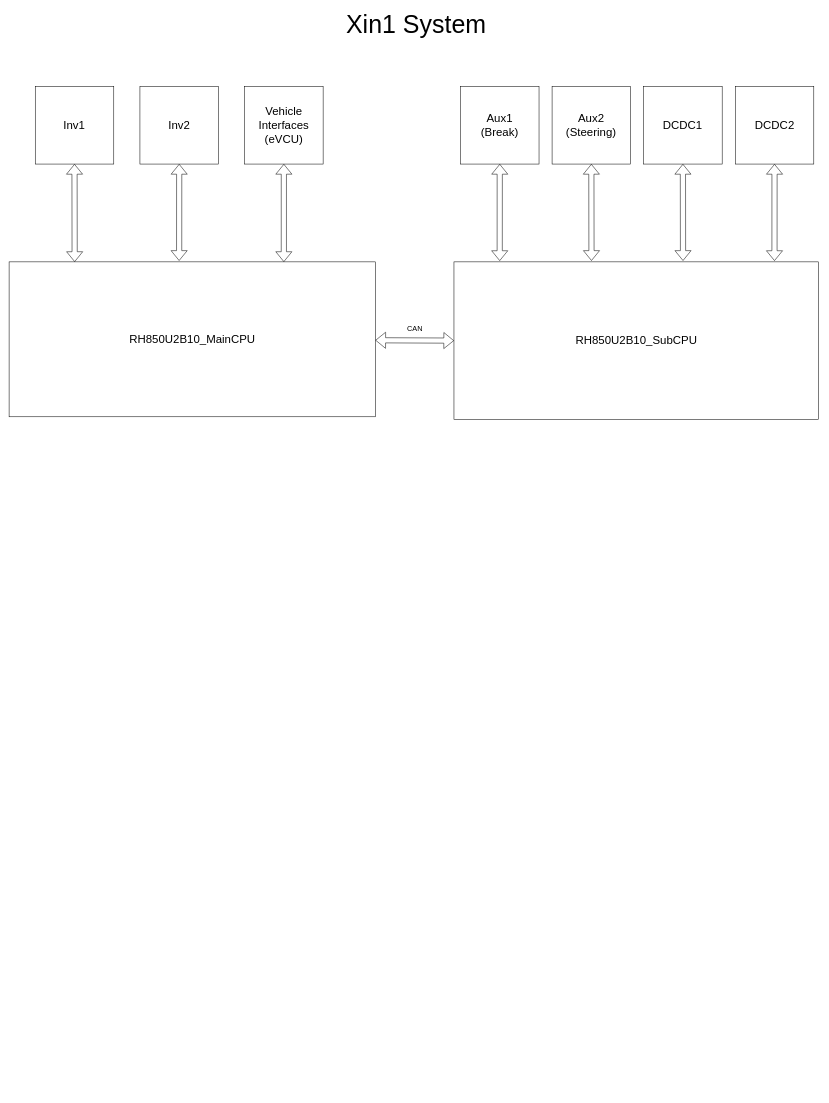
chdev2011/temp keeps this draw.io diagram as page "Page-1" (1 of 4) of xin1System.drawio. Above is the earlier version. Source tidied: cells renumbered, new cells numbered last; positions are measured from the earlier drawing's top-left corner, leaving out a move shared by most shapes. Both pictures are drawn from the tidied source at 52%, with x=0, y=0 at pixel (9, 16).
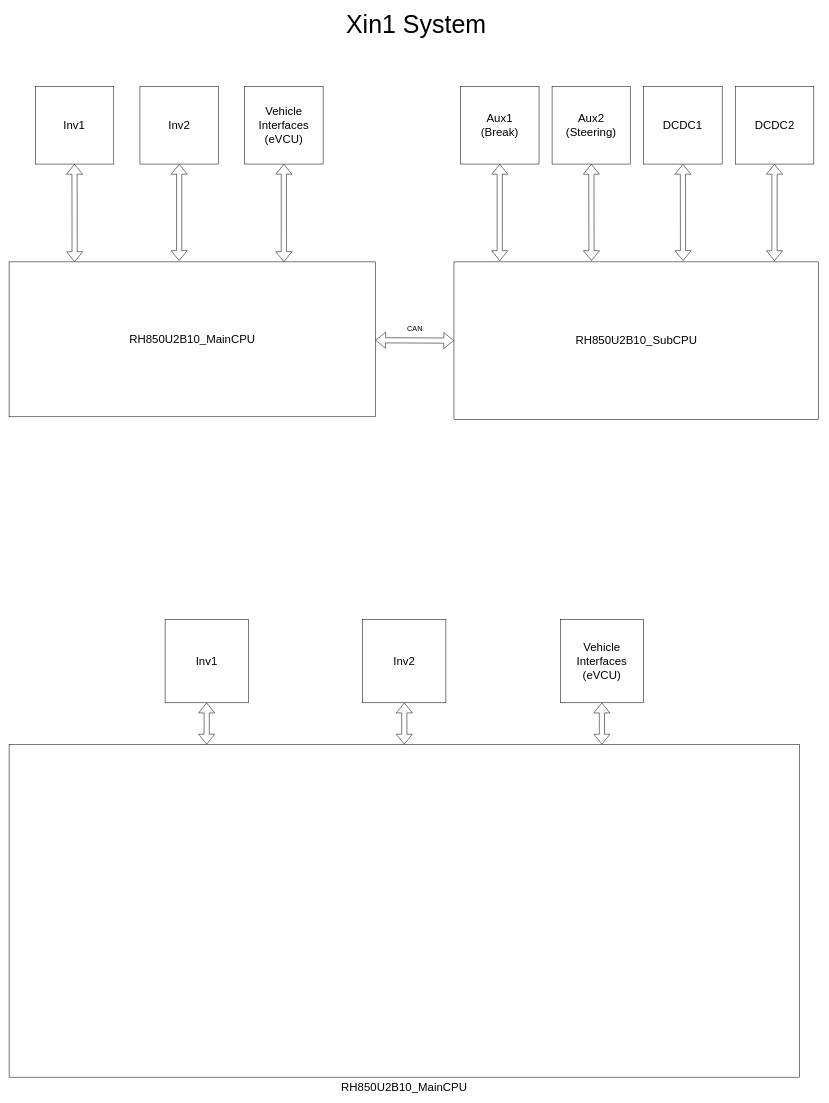
The same diagram, later.

Diff of the diagram source:
```diff
@@
+    <mxCell id="22" value="RH850U2B10_MainCPU" style="rounded=0;whiteSpace=wrap;html=1;fontSize=22;align=center;fontFamily=Helvetica;labelPosition=center;verticalLabelPosition=bottom;verticalAlign=top;fillColor=none;" parent="1" vertex="1">
+      <mxGeometry y="1400" width="1520" height="640" as="geometry" />
+    </mxCell>
+    <mxCell id="23" value="Inv1" style="rounded=0;whiteSpace=wrap;html=1;fontSize=22;align=center;fontFamily=Helvetica;" parent="1" vertex="1">
+      <mxGeometry x="300" y="1160" width="160" height="160" as="geometry" />
+    </mxCell>
+    <mxCell id="24" value="Inv2" style="rounded=0;whiteSpace=wrap;html=1;fontSize=22;align=center;fontFamily=Helvetica;" parent="1" vertex="1">
+      <mxGeometry x="680" y="1160" width="160" height="160" as="geometry" />
+    </mxCell>
+    <mxCell id="25" value="Vehicle Interfaces (eVCU)" style="rounded=0;whiteSpace=wrap;html=1;fontSize=22;align=center;fontFamily=Helvetica;" parent="1" vertex="1">
+      <mxGeometry x="1060" y="1160" width="160" height="160" as="geometry" />
+    </mxCell>
+    <mxCell id="26" style="shape=flexArrow;endArrow=classic;startArrow=classic;html=1;rounded=0;entryX=0.5;entryY=1;entryDx=0;entryDy=0;fontSize=22;align=center;fontFamily=Helvetica;exitX=0.25;exitY=0;exitDx=0;exitDy=0;" parent="1" edge="1" source="22" target="23">
+      <mxGeometry relative="1" as="geometry" />
+    </mxCell>
+    <mxCell id="27" style="shape=flexArrow;endArrow=classic;startArrow=classic;html=1;rounded=0;entryX=0.5;entryY=1;entryDx=0;entryDy=0;fontSize=22;align=center;fontFamily=Helvetica;exitX=0.5;exitY=0;exitDx=0;exitDy=0;" parent="1" edge="1" source="22" target="24">
+      <mxGeometry relative="1" as="geometry" />
+    </mxCell>
+    <mxCell id="28" style="shape=flexArrow;endArrow=classic;startArrow=classic;html=1;rounded=0;entryX=0.5;entryY=1;entryDx=0;entryDy=0;fontSize=22;align=center;fontFamily=Helvetica;exitX=0.75;exitY=0;exitDx=0;exitDy=0;" parent="1" edge="1" source="22" target="25">
+      <mxGeometry relative="1" as="geometry" />
+    </mxCell>
```
